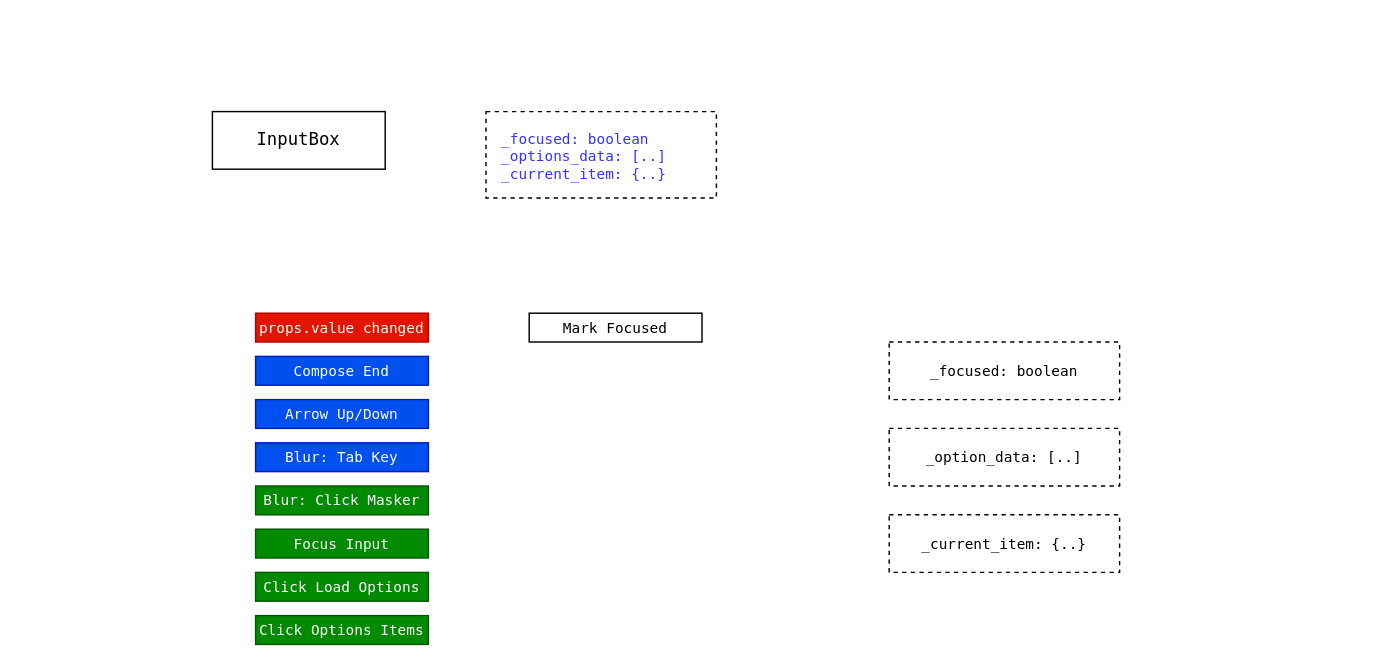
Earlier version of the draw.io diagram src/lib/input/box3/_design/input-box3-events.drawio (site-zero/tijs). Source tidied: cells renumbered, new cells numbered last; positions are measured from the earlier drawing's top-left corner, leaving out a move shared by most shapes. Both pictures are drawn from the tidied source at 144%, with x=0, y=0 at pixel (212, 111).
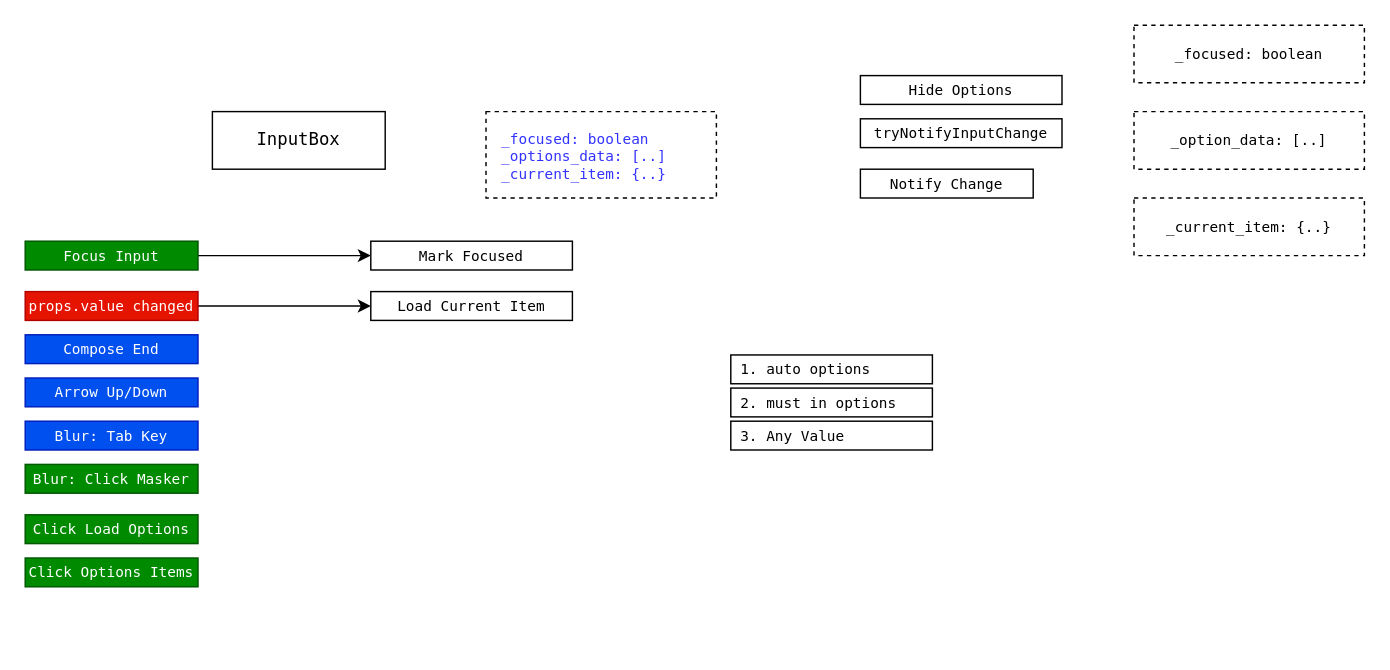
The same page after the edit.

The edit, as a diff of the source:
```diff
@@
     <mxCell id="4" value="Arrow Up/Down" style="rounded=0;whiteSpace=wrap;html=1;fontFamily=Lucida Console;fontStyle=0;fontSize=10;fillColor=#0050ef;strokeColor=#001DBC;fontColor=#ffffff;" parent="1" vertex="1">
-      <mxGeometry x="30" y="200" width="120" height="20" as="geometry" />
+      <mxGeometry x="-130" y="185" width="120" height="20" as="geometry" />
     </mxCell>
     <mxCell id="5" value="Blur: Tab Key" style="rounded=0;whiteSpace=wrap;html=1;fontFamily=Lucida Console;fontStyle=0;fontSize=10;fillColor=#0050ef;fontColor=#ffffff;strokeColor=#001DBC;" parent="1" vertex="1">
-      <mxGeometry x="30" y="230" width="120" height="20" as="geometry" />
+      <mxGeometry x="-130" y="215" width="120" height="20" as="geometry" />
     </mxCell>
     <mxCell id="6" value="Compose End" style="rounded=0;whiteSpace=wrap;html=1;fontFamily=Lucida Console;fontStyle=0;fontSize=10;fillColor=#0050ef;strokeColor=#001DBC;fontColor=#ffffff;" parent="1" vertex="1">
-      <mxGeometry x="30" y="170" width="120" height="20" as="geometry" />
+      <mxGeometry x="-130" y="155" width="120" height="20" as="geometry" />
     </mxCell>
     <mxCell id="7" value="Blur: Click Masker" style="rounded=0;whiteSpace=wrap;html=1;fontFamily=Lucida Console;fontStyle=0;fontSize=10;fillColor=#008a00;fontColor=#ffffff;strokeColor=#005700;" parent="1" vertex="1">
-      <mxGeometry x="30" y="260" width="120" height="20" as="geometry" />
+      <mxGeometry x="-130" y="245" width="120" height="20" as="geometry" />
     </mxCell>
+    <mxCell id="16" style="edgeStyle=none;html=1;exitX=1;exitY=0.5;exitDx=0;exitDy=0;entryX=0;entryY=0.5;entryDx=0;entryDy=0;" parent="1" edge="1" source="8" target="11">
+      <mxGeometry relative="1" as="geometry" />
+    </mxCell>
     <mxCell id="8" value="Focus Input" style="rounded=0;whiteSpace=wrap;html=1;fontFamily=Lucida Console;fontStyle=0;fontSize=10;fillColor=#008a00;fontColor=#ffffff;strokeColor=#005700;" parent="1" vertex="1">
-      <mxGeometry x="30" y="290" width="120" height="20" as="geometry" />
+      <mxGeometry x="-130" y="90" width="120" height="20" as="geometry" />
     </mxCell>
     <mxCell id="9" value="Click Load Options" style="rounded=0;whiteSpace=wrap;html=1;fontFamily=Lucida Console;fontStyle=0;fontSize=10;fillColor=#008a00;fontColor=#ffffff;strokeColor=#005700;" parent="1" vertex="1">
-      <mxGeometry x="30" y="320" width="120" height="20" as="geometry" />
+      <mxGeometry x="-130" y="280" width="120" height="20" as="geometry" />
     </mxCell>
     <mxCell id="10" value="Click Options Items" style="rounded=0;whiteSpace=wrap;html=1;fontFamily=Lucida Console;fontStyle=0;fontSize=10;fillColor=#008a00;fontColor=#ffffff;strokeColor=#005700;" parent="1" vertex="1">
-      <mxGeometry x="30" y="350" width="120" height="20" as="geometry" />
+      <mxGeometry x="-130" y="310" width="120" height="20" as="geometry" />
     </mxCell>
     <mxCell id="11" value="Mark Focused" style="rounded=0;whiteSpace=wrap;html=1;fontFamily=Lucida Console;fontStyle=0;fontSize=10;" parent="1" vertex="1">
-      <mxGeometry x="220" y="140" width="120" height="20" as="geometry" />
+      <mxGeometry x="110" y="90" width="140" height="20" as="geometry" />
     </mxCell>
+    <mxCell id="17" style="edgeStyle=none;html=1;exitX=1;exitY=0.5;exitDx=0;exitDy=0;entryX=0;entryY=0.5;entryDx=0;entryDy=0;" parent="1" edge="1" source="12" target="20">
+      <mxGeometry relative="1" as="geometry" />
+    </mxCell>
     <mxCell id="12" value="props.value changed" style="rounded=0;whiteSpace=wrap;html=1;fontFamily=Lucida Console;fontStyle=0;fontSize=10;fillColor=#e51400;strokeColor=#B20000;fontColor=#ffffff;" parent="1" vertex="1">
-      <mxGeometry x="30" y="140" width="120" height="20" as="geometry" />
+      <mxGeometry x="-130" y="125" width="120" height="20" as="geometry" />
     </mxCell>
     <mxCell id="13" value="_focused: boolean" style="rounded=0;whiteSpace=wrap;html=1;fontFamily=Lucida Console;fontStyle=0;fontSize=10;dashed=1;strokeWidth=1;" parent="1" vertex="1">
-      <mxGeometry x="470" y="160" width="160" height="40" as="geometry" />
+      <mxGeometry x="640" y="-60" width="160" height="40" as="geometry" />
     </mxCell>
     <mxCell id="14" value="_option_data: [..]" style="rounded=0;whiteSpace=wrap;html=1;fontFamily=Lucida Console;fontStyle=0;fontSize=10;dashed=1;strokeWidth=1;" parent="1" vertex="1">
-      <mxGeometry x="470" y="220" width="160" height="40" as="geometry" />
+      <mxGeometry x="640" width="160" height="40" as="geometry" />
     </mxCell>
     <mxCell id="15" value="_current_item: {..}" style="rounded=0;whiteSpace=wrap;html=1;fontFamily=Lucida Console;fontStyle=0;fontSize=10;dashed=1;strokeWidth=1;" parent="1" vertex="1">
-      <mxGeometry x="470" y="280" width="160" height="40" as="geometry" />
+      <mxGeometry x="640" y="60" width="160" height="40" as="geometry" />
     </mxCell>
+    <mxCell id="18" value="Notify Change" style="rounded=0;whiteSpace=wrap;html=1;fontFamily=Lucida Console;fontStyle=0;fontSize=10;" parent="1" vertex="1">
+      <mxGeometry x="450" y="40" width="120" height="20" as="geometry" />
+    </mxCell>
+    <mxCell id="19" value="1. auto options" style="rounded=0;whiteSpace=wrap;html=1;fontFamily=Lucida Console;fontStyle=0;fontSize=10;align=left;spacingLeft=5;" parent="1" vertex="1">
+      <mxGeometry x="360" y="169" width="140" height="20" as="geometry" />
+    </mxCell>
+    <mxCell id="20" value="Load Current Item" style="rounded=0;whiteSpace=wrap;html=1;fontFamily=Lucida Console;fontStyle=0;fontSize=10;" parent="1" vertex="1">
+      <mxGeometry x="110" y="125" width="140" height="20" as="geometry" />
+    </mxCell>
+    <mxCell id="21" value="tryNotifyInputChange" style="rounded=0;whiteSpace=wrap;html=1;fontFamily=Lucida Console;fontStyle=0;fontSize=10;" parent="1" vertex="1">
+      <mxGeometry x="450" y="5" width="140" height="20" as="geometry" />
+    </mxCell>
+    <mxCell id="22" value="Hide Options" style="rounded=0;whiteSpace=wrap;html=1;fontFamily=Lucida Console;fontStyle=0;fontSize=10;" parent="1" vertex="1">
+      <mxGeometry x="450" y="-25" width="140" height="20" as="geometry" />
+    </mxCell>
+    <mxCell id="23" value="2. must in options" style="rounded=0;whiteSpace=wrap;html=1;fontFamily=Lucida Console;fontStyle=0;fontSize=10;align=left;spacingLeft=5;" parent="1" vertex="1">
+      <mxGeometry x="360" y="192" width="140" height="20" as="geometry" />
+    </mxCell>
+    <mxCell id="24" value="3. Any Value" style="rounded=0;whiteSpace=wrap;html=1;fontFamily=Lucida Console;fontStyle=0;fontSize=10;align=left;spacingLeft=5;" parent="1" vertex="1">
+      <mxGeometry x="360" y="215" width="140" height="20" as="geometry" />
+    </mxCell>
```
